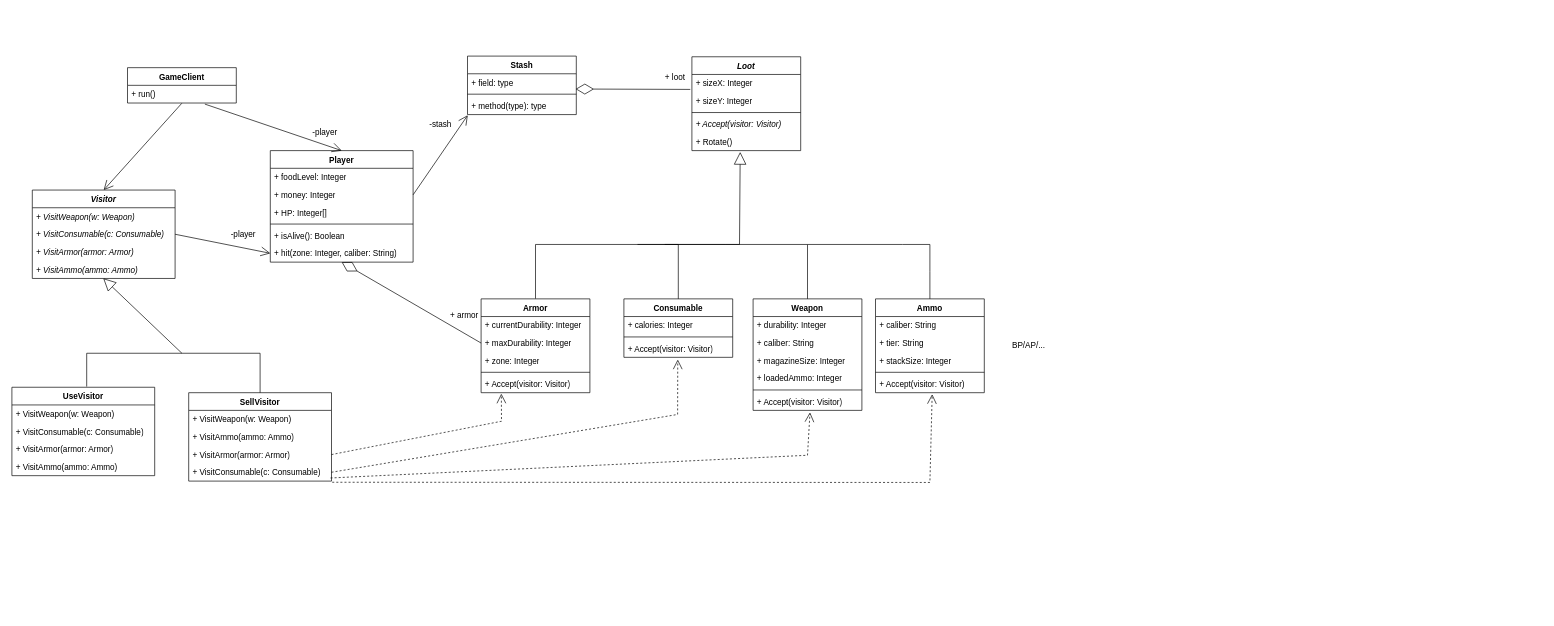
Earlier version of the draw.io diagram lab03/EscapeFromStash.drawio (bigflyy/Object-oriented-analysis-and-design-2). Source tidied: cells renumbered, new cells numbered last; positions are measured from the earlier drawing's top-left corner, leaving out a move shared by most shapes. Both pictures are drawn from the tidied source at 68%, with x=0, y=0 at pixel (12, 56).
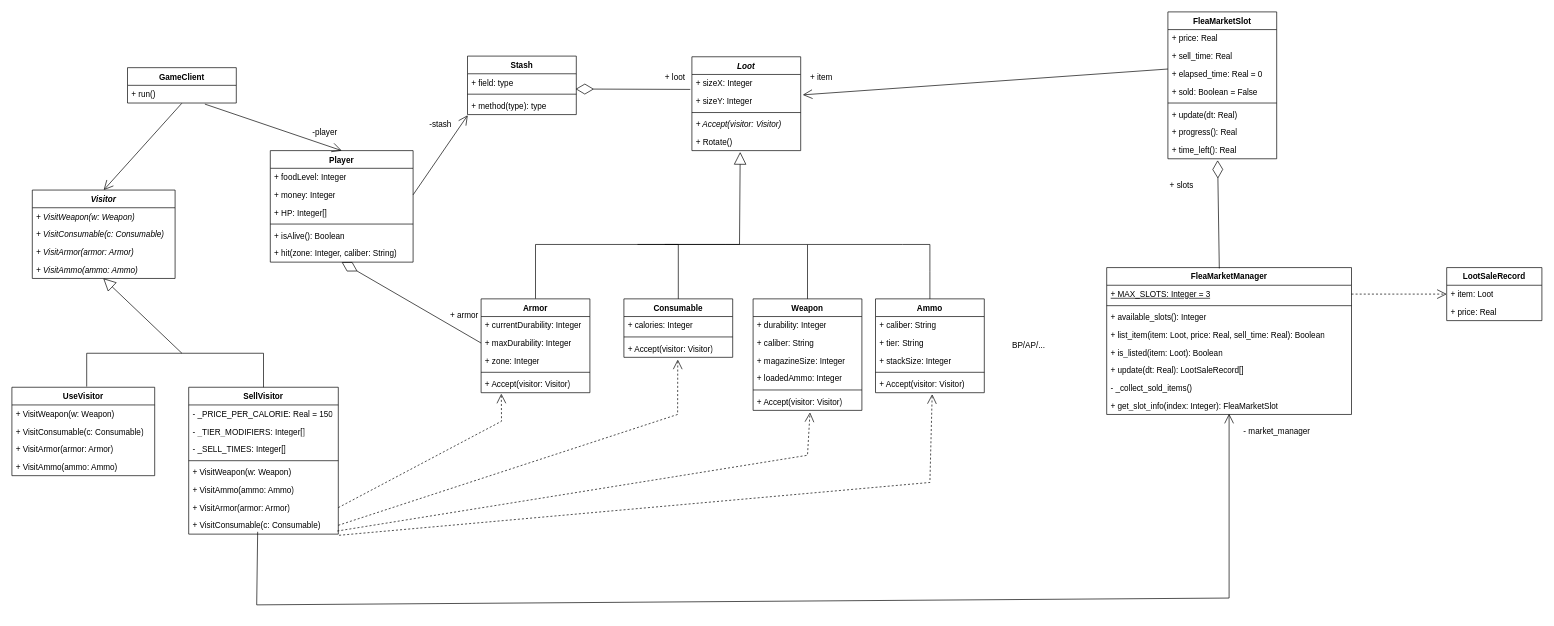
The same page after the edit.

Unchanged cells that the change refers to:
```xml
<mxCell id="10" value="+ sizeY: Integer" style="text;strokeColor=none;fillColor=none;align=left;verticalAlign=top;spacingLeft=4;spacingRight=4;overflow=hidden;points=[[0,0.5],[1,0.5]];portConstraint=eastwest;whiteSpace=wrap;html=1;" parent="8" vertex="1">
  <mxGeometry y="52" width="160" height="26" as="geometry" />
</mxCell>
<mxCell id="44" value="&lt;i&gt;+ VisitConsumable(c: Consumable)&lt;/i&gt;" style="text;strokeColor=none;fillColor=none;align=left;verticalAlign=top;spacingLeft=4;spacingRight=4;overflow=hidden;points=[[0,0.5],[1,0.5]];portConstraint=eastwest;whiteSpace=wrap;html=1;" parent="42" vertex="1">
  <mxGeometry y="52" width="210" height="26" as="geometry" />
</mxCell>
<mxCell id="69" value="+ hit(zone: Integer, caliber: String)" style="text;strokeColor=none;fillColor=none;align=left;verticalAlign=top;spacingLeft=4;spacingRight=4;overflow=hidden;points=[[0,0.5],[1,0.5]];portConstraint=eastwest;whiteSpace=wrap;html=1;" parent="63" vertex="1">
  <mxGeometry y="138" width="210" height="26" as="geometry" />
</mxCell>
```

The edit, as a diff of the source:
```diff
@@
     <mxCell id="49" value="SellVisitor" style="swimlane;fontStyle=1;align=center;verticalAlign=top;horizontal=1;startSize=26;whiteSpace=wrap;html=1;" parent="1" vertex="1">
-      <mxGeometry x="260" y="495" width="210" height="130" as="geometry" />
+      <mxGeometry x="260" y="487" width="220" height="216" as="geometry" />
     </mxCell>
+    <mxCell id="81" value="&lt;span&gt;- _PRICE_PER_CALORIE: Real = 150&lt;/span&gt;" style="text;strokeColor=none;fillColor=none;align=left;verticalAlign=top;spacingLeft=4;spacingRight=4;overflow=hidden;whiteSpace=wrap;html=1;fontStyle=0;" parent="49" vertex="1">
+      <mxGeometry y="26" width="220" height="26" as="geometry" />
+    </mxCell>
+    <mxCell id="82" value="&lt;span&gt;- _TIER_MODIFIERS: Integer[]&lt;/span&gt;" style="text;strokeColor=none;fillColor=none;align=left;verticalAlign=top;spacingLeft=4;spacingRight=4;overflow=hidden;whiteSpace=wrap;html=1;fontStyle=0;" parent="49" vertex="1">
+      <mxGeometry y="52" width="220" height="26" as="geometry" />
+    </mxCell>
+    <mxCell id="83" value="&lt;span&gt;- _SELL_TIMES: Integer[]&lt;/span&gt;" style="text;strokeColor=none;fillColor=none;align=left;verticalAlign=top;spacingLeft=4;spacingRight=4;overflow=hidden;whiteSpace=wrap;html=1;fontStyle=0;" parent="49" vertex="1">
+      <mxGeometry y="78" width="220" height="26" as="geometry" />
+    </mxCell>
+    <mxCell id="84" style="line;strokeWidth=1;fillColor=none;align=left;verticalAlign=middle;spacingTop=-1;spacingLeft=3;spacingRight=3;labelPosition=right;strokeColor=inherit;" parent="49" vertex="1">
+      <mxGeometry y="104" width="220" height="8" as="geometry" />
+    </mxCell>
     <mxCell id="50" value="&lt;span&gt;+ VisitWeapon(w: Weapon)&lt;/span&gt;" style="text;strokeColor=none;fillColor=none;align=left;verticalAlign=top;spacingLeft=4;spacingRight=4;overflow=hidden;whiteSpace=wrap;html=1;fontStyle=0;" parent="49" vertex="1">
-      <mxGeometry y="26" width="210" height="26" as="geometry" />
+      <mxGeometry y="112" width="220" height="26" as="geometry" />
     </mxCell>
     <mxCell id="51" value="&lt;span&gt;+ VisitAmmo(ammo: Ammo)&lt;/span&gt;" style="text;strokeColor=none;fillColor=none;align=left;verticalAlign=top;spacingLeft=4;spacingRight=4;overflow=hidden;whiteSpace=wrap;html=1;fontStyle=0;" parent="49" vertex="1">
-      <mxGeometry y="52" width="210" height="26" as="geometry" />
+      <mxGeometry y="138" width="220" height="26" as="geometry" />
     </mxCell>
     <mxCell id="52" value="&lt;span&gt;+ VisitArmor(armor: Armor)&lt;/span&gt;" style="text;strokeColor=none;fillColor=none;align=left;verticalAlign=top;spacingLeft=4;spacingRight=4;overflow=hidden;points=[[0,0.5],[1,0.5]];portConstraint=eastwest;whiteSpace=wrap;html=1;fontStyle=0;" parent="49" vertex="1">
-      <mxGeometry y="78" width="210" height="26" as="geometry" />
+      <mxGeometry y="164" width="220" height="26" as="geometry" />
     </mxCell>
     <mxCell id="53" value="&lt;span&gt;+ VisitConsumable(c: Consumable)&lt;/span&gt;" style="text;strokeColor=none;fillColor=none;align=left;verticalAlign=top;spacingLeft=4;spacingRight=4;overflow=hidden;points=[[0,0.5],[1,0.5]];portConstraint=eastwest;whiteSpace=wrap;html=1;fontStyle=0;" parent="49" vertex="1">
-      <mxGeometry y="104" width="210" height="26" as="geometry" />
+      <mxGeometry y="190" width="220" height="26" as="geometry" />
     </mxCell>
@@
     <mxCell id="60" style="endArrow=none;endFill=0;endSize=12;html=1;rounded=0;entryX=0.5;entryY=0;entryDx=0;entryDy=0;" parent="1" edge="1" target="49">
       <mxGeometry relative="1" as="geometry">
         <mxPoint x="250" y="437" as="sourcePoint" />
         <Array as="points">
-          <mxPoint x="365" y="437" />
+          <mxPoint x="370" y="437" />
         </Array>
       </mxGeometry>
     </mxCell>
@@
-    <mxCell id="76" style="endArrow=open;endFill=1;endSize=12;html=1;rounded=0;entryX=0;entryY=0.5;entryDx=0;entryDy=0;exitX=1;exitY=0.5;exitDx=0;exitDy=0;" parent="1" edge="1" source="44" target="69">
-      <mxGeometry relative="1" as="geometry" />
-    </mxCell>
-    <mxCell id="77" value="-player" style="text;html=1;align=center;verticalAlign=middle;strokeColor=none;fillColor=none;" parent="1" vertex="1">
-      <mxGeometry x="310" y="247" width="60" height="30" as="geometry" />
-    </mxCell>
@@
+    <mxCell id="85" value="FleaMarketSlot" style="swimlane;fontStyle=1;align=center;verticalAlign=top;horizontal=1;startSize=26;whiteSpace=wrap;html=1;" parent="1" vertex="1">
+      <mxGeometry x="1700" y="-65" width="160" height="216" as="geometry" />
+    </mxCell>
+    <mxCell id="86" value="+ price: Real" style="text;strokeColor=none;fillColor=none;align=left;verticalAlign=top;spacingLeft=4;spacingRight=4;overflow=hidden;whiteSpace=wrap;html=1;" parent="85" vertex="1">
+      <mxGeometry y="26" width="160" height="26" as="geometry" />
+    </mxCell>
+    <mxCell id="87" value="+ sell_time: Real" style="text;strokeColor=none;fillColor=none;align=left;verticalAlign=top;spacingLeft=4;spacingRight=4;overflow=hidden;whiteSpace=wrap;html=1;" parent="85" vertex="1">
+      <mxGeometry y="52" width="160" height="26" as="geometry" />
+    </mxCell>
+    <mxCell id="88" value="+ elapsed_time: Real = 0" style="text;strokeColor=none;fillColor=none;align=left;verticalAlign=top;spacingLeft=4;spacingRight=4;overflow=hidden;points=[[0,0.5],[1,0.5]];portConstraint=eastwest;whiteSpace=wrap;html=1;" parent="85" vertex="1">
+      <mxGeometry y="78" width="160" height="26" as="geometry" />
+    </mxCell>
+    <mxCell id="89" value="+ sold: Boolean = False" style="text;strokeColor=none;fillColor=none;align=left;verticalAlign=top;spacingLeft=4;spacingRight=4;overflow=hidden;whiteSpace=wrap;html=1;" parent="85" vertex="1">
+      <mxGeometry y="104" width="160" height="26" as="geometry" />
+    </mxCell>
+    <mxCell id="90" style="line;strokeWidth=1;fillColor=none;align=left;verticalAlign=middle;spacingTop=-1;spacingLeft=3;spacingRight=3;labelPosition=right;strokeColor=inherit;" parent="85" vertex="1">
+      <mxGeometry y="130" width="160" height="8" as="geometry" />
+    </mxCell>
+    <mxCell id="91" value="+ update(dt: Real)" style="text;strokeColor=none;fillColor=none;align=left;verticalAlign=top;spacingLeft=4;spacingRight=4;overflow=hidden;whiteSpace=wrap;html=1;" parent="85" vertex="1">
+      <mxGeometry y="138" width="160" height="26" as="geometry" />
+    </mxCell>
+    <mxCell id="92" value="+ progress(): Real" style="text;strokeColor=none;fillColor=none;align=left;verticalAlign=top;spacingLeft=4;spacingRight=4;overflow=hidden;whiteSpace=wrap;html=1;" parent="85" vertex="1">
+      <mxGeometry y="164" width="160" height="26" as="geometry" />
+    </mxCell>
+    <mxCell id="93" value="+ time_left(): Real" style="text;strokeColor=none;fillColor=none;align=left;verticalAlign=top;spacingLeft=4;spacingRight=4;overflow=hidden;points=[[0,0.5],[1,0.5]];portConstraint=eastwest;whiteSpace=wrap;html=1;" parent="85" vertex="1">
+      <mxGeometry y="190" width="160" height="26" as="geometry" />
+    </mxCell>
+    <mxCell id="94" value="FleaMarketManager" style="swimlane;fontStyle=1;align=center;verticalAlign=top;horizontal=1;startSize=26;whiteSpace=wrap;html=1;" parent="1" vertex="1">
+      <mxGeometry x="1610" y="311" width="360" height="216" as="geometry" />
+    </mxCell>
+    <mxCell id="95" value="&lt;u&gt;+ MAX_SLOTS: Integer = 3&lt;/u&gt;" style="text;strokeColor=none;fillColor=none;align=left;verticalAlign=top;spacingLeft=4;spacingRight=4;overflow=hidden;points=[[0,0.5],[1,0.5]];portConstraint=eastwest;whiteSpace=wrap;html=1;" parent="94" vertex="1">
+      <mxGeometry y="26" width="360" height="26" as="geometry" />
+    </mxCell>
+    <mxCell id="96" style="line;strokeWidth=1;fillColor=none;align=left;verticalAlign=middle;spacingTop=-1;spacingLeft=3;spacingRight=3;labelPosition=right;strokeColor=inherit;" parent="94" vertex="1">
+      <mxGeometry y="52" width="360" height="8" as="geometry" />
+    </mxCell>
+    <mxCell id="97" value="+ available_slots(): Integer" style="text;strokeColor=none;fillColor=none;align=left;verticalAlign=top;spacingLeft=4;spacingRight=4;overflow=hidden;whiteSpace=wrap;html=1;" parent="94" vertex="1">
+      <mxGeometry y="60" width="360" height="26" as="geometry" />
+    </mxCell>
+    <mxCell id="98" value="+ list_item(item: Loot, price: Real, sell_time: Real): Boolean" style="text;strokeColor=none;fillColor=none;align=left;verticalAlign=top;spacingLeft=4;spacingRight=4;overflow=hidden;whiteSpace=wrap;html=1;" parent="94" vertex="1">
+      <mxGeometry y="86" width="360" height="26" as="geometry" />
+    </mxCell>
+    <mxCell id="99" value="+ is_listed(item: Loot): Boolean" style="text;strokeColor=none;fillColor=none;align=left;verticalAlign=top;spacingLeft=4;spacingRight=4;overflow=hidden;whiteSpace=wrap;html=1;" parent="94" vertex="1">
+      <mxGeometry y="112" width="360" height="26" as="geometry" />
+    </mxCell>
+    <mxCell id="100" value="+ update(dt: Real): LootSaleRecord[]" style="text;strokeColor=none;fillColor=none;align=left;verticalAlign=top;spacingLeft=4;spacingRight=4;overflow=hidden;whiteSpace=wrap;html=1;" parent="94" vertex="1">
+      <mxGeometry y="138" width="360" height="26" as="geometry" />
+    </mxCell>
+    <mxCell id="101" value="- _collect_sold_items()" style="text;strokeColor=none;fillColor=none;align=left;verticalAlign=top;spacingLeft=4;spacingRight=4;overflow=hidden;whiteSpace=wrap;html=1;" parent="94" vertex="1">
+      <mxGeometry y="164" width="360" height="26" as="geometry" />
+    </mxCell>
+    <mxCell id="102" value="+ get_slot_info(index: Integer): FleaMarketSlot" style="text;strokeColor=none;fillColor=none;align=left;verticalAlign=top;spacingLeft=4;spacingRight=4;overflow=hidden;whiteSpace=wrap;html=1;" parent="94" vertex="1">
+      <mxGeometry y="190" width="360" height="26" as="geometry" />
+    </mxCell>
+    <mxCell id="103" style="endArrow=open;endFill=1;endSize=12;html=1;rounded=0;exitX=0;exitY=0.231;exitDx=0;exitDy=0;entryX=1.019;entryY=0.154;entryDx=0;entryDy=0;entryPerimeter=0;exitPerimeter=0;" parent="1" edge="1" source="88" target="10">
+      <mxGeometry relative="1" as="geometry" />
+    </mxCell>
+    <mxCell id="104" value="+ item" style="text;html=1;align=center;verticalAlign=middle;strokeColor=none;fillColor=none;" parent="1" vertex="1">
+      <mxGeometry x="1160" y="17" width="60" height="30" as="geometry" />
+    </mxCell>
+    <mxCell id="105" style="endArrow=diamondThin;endFill=0;endSize=24;html=1;rounded=0;exitX=0.46;exitY=0.006;exitDx=0;exitDy=0;exitPerimeter=0;entryX=0.457;entryY=1.084;entryDx=0;entryDy=0;entryPerimeter=0;" parent="1" edge="1" source="94" target="93">
+      <mxGeometry relative="1" as="geometry" />
+    </mxCell>
+    <mxCell id="106" value="+ slots" style="text;html=1;align=center;verticalAlign=middle;strokeColor=none;fillColor=none;" parent="1" vertex="1">
+      <mxGeometry x="1690" y="175" width="60" height="30" as="geometry" />
+    </mxCell>
+    <mxCell id="107" value="LootSaleRecord" style="swimlane;fontStyle=1;align=center;verticalAlign=top;horizontal=1;startSize=26;whiteSpace=wrap;html=1;" parent="1" vertex="1">
+      <mxGeometry x="2110" y="311" width="140" height="78" as="geometry" />
+    </mxCell>
+    <mxCell id="108" value="+ item: Loot" style="text;strokeColor=none;fillColor=none;align=left;verticalAlign=top;spacingLeft=4;spacingRight=4;overflow=hidden;points=[[0,0.5],[1,0.5]];portConstraint=eastwest;whiteSpace=wrap;html=1;" parent="107" vertex="1">
+      <mxGeometry y="26" width="140" height="26" as="geometry" />
+    </mxCell>
+    <mxCell id="109" value="+ price: Real" style="text;strokeColor=none;fillColor=none;align=left;verticalAlign=top;spacingLeft=4;spacingRight=4;overflow=hidden;whiteSpace=wrap;html=1;" parent="107" vertex="1">
+      <mxGeometry y="52" width="140" height="26" as="geometry" />
+    </mxCell>
+    <mxCell id="110" style="endArrow=open;endSize=12;dashed=1;html=1;rounded=0;entryX=0;entryY=0.5;entryDx=0;entryDy=0;exitX=1;exitY=0.5;exitDx=0;exitDy=0;" parent="1" edge="1" source="95" target="108">
+      <mxGeometry relative="1" as="geometry" />
+    </mxCell>
+    <mxCell id="111" style="endArrow=open;endFill=1;endSize=12;html=1;rounded=0;exitX=0.461;exitY=0.868;exitDx=0;exitDy=0;exitPerimeter=0;" parent="1" edge="1" source="53">
+      <mxGeometry relative="1" as="geometry">
+        <mxPoint x="1790" y="526" as="targetPoint" />
+        <Array as="points">
+          <mxPoint x="360" y="807" />
+          <mxPoint x="1790" y="797" />
+        </Array>
+      </mxGeometry>
+    </mxCell>
+    <mxCell id="112" value="- market_manager" style="text;html=1;align=center;verticalAlign=middle;strokeColor=none;fillColor=none;" parent="1" vertex="1">
+      <mxGeometry x="1800" y="537" width="120" height="30" as="geometry" />
+    </mxCell>
```
